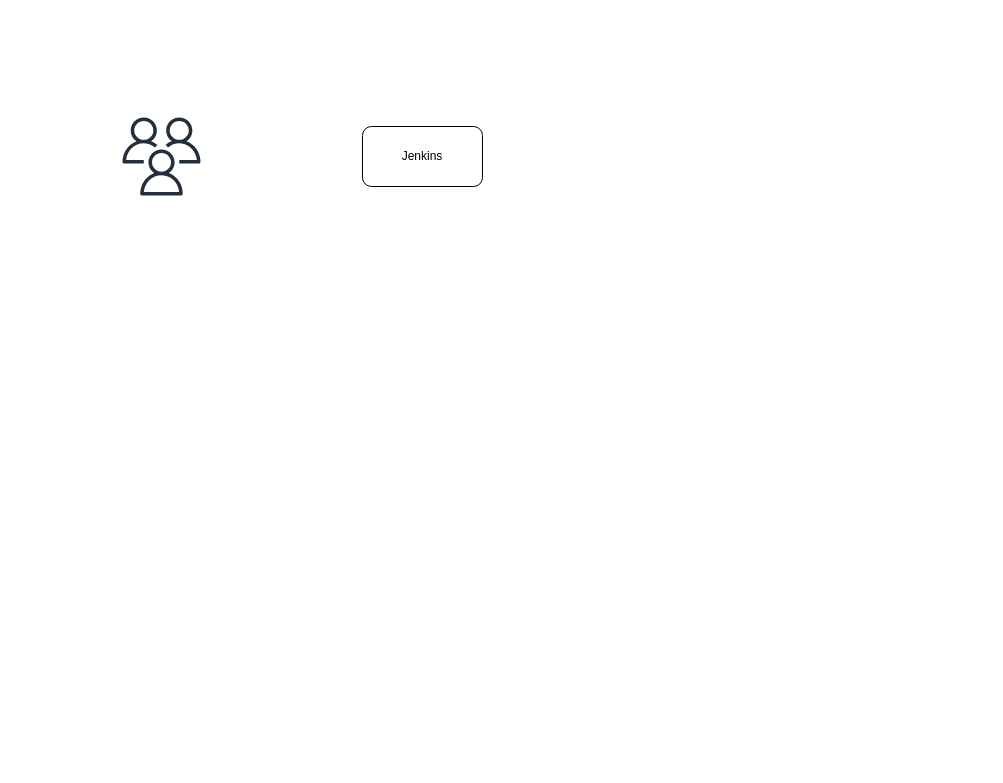
Before: publish-gov.drawio in bookchi/Linux, a draw.io diagram. Source tidied: cells renumbered, new cells numbered last; positions are measured from the earlier drawing's top-left corner, leaving out a move shared by most shapes. Both pictures are drawn from the tidied source at 100%, with x=0, y=0 at pixel (122, 117). Pictures stored in the file or linked from it are replaced by grey dashed boxes.
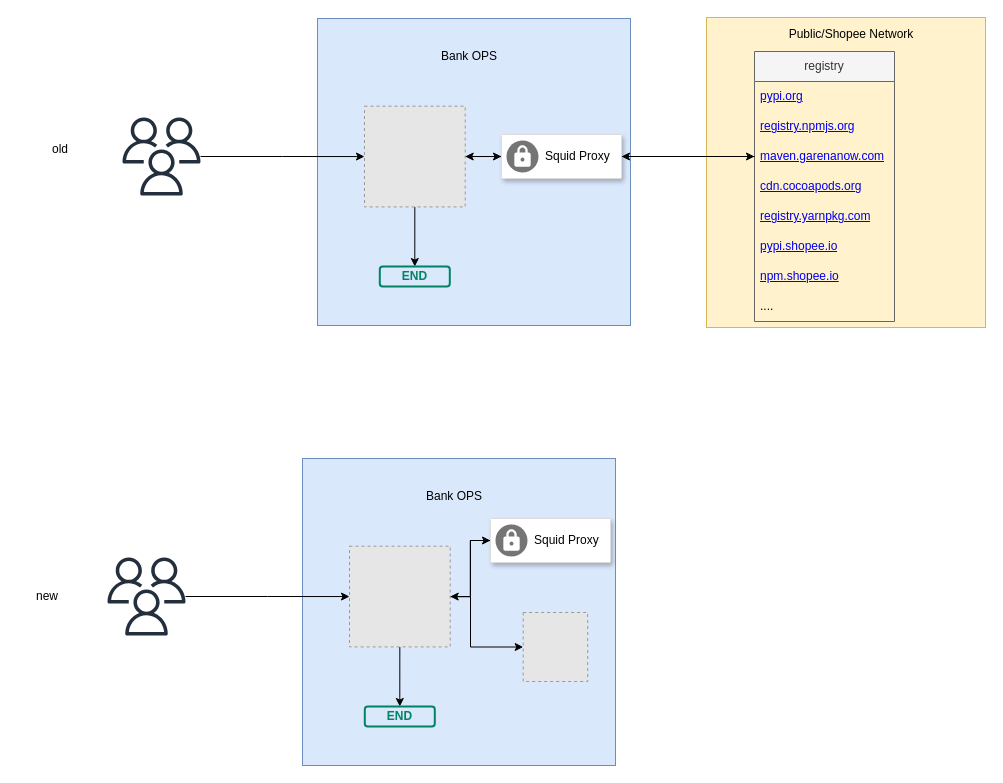
After the change.

The change refers to these unchanged cells:
```xml
<mxCell id="3" style="sketch=0;outlineConnect=0;fontColor=#232F3E;gradientColor=none;fillColor=#232F3D;strokeColor=none;dashed=0;verticalLabelPosition=bottom;verticalAlign=top;align=center;html=1;fontSize=12;fontStyle=0;shape=mxgraph.aws4.users;" parent="1" vertex="1">
  <mxGeometry width="78" height="78" as="geometry" />
</mxCell>
```

What changed in the source:
```diff
@@
-    <mxCell id="2" value="Jenkins" style="rounded=1;whiteSpace=wrap;html=1;" parent="1" vertex="1">
-      <mxGeometry x="240" y="9" width="120" height="60" as="geometry" />
-    </mxCell>
+    <mxCell id="4" style="rounded=0;whiteSpace=wrap;html=1;fillColor=#fff2cc;strokeColor=#d6b656;" parent="1" vertex="1">
+      <mxGeometry x="584" y="-100" width="279" height="310" as="geometry" />
+    </mxCell>
+    <mxCell id="5" style="rounded=0;whiteSpace=wrap;html=1;fillColor=#dae8fc;strokeColor=#6c8ebf;" parent="1" vertex="1">
+      <mxGeometry x="195" y="-99" width="313" height="307" as="geometry" />
+    </mxCell>
@@
+    <mxCell id="6" style="edgeStyle=orthogonalEdgeStyle;rounded=0;jettySize=auto;html=1;entryX=0;entryY=0.5;entryDx=0;entryDy=0;fontFamily=Helvetica;fontSize=12;fontColor=default;" parent="1" edge="1" source="8" target="16">
+      <mxGeometry relative="1" as="geometry" />
+    </mxCell>
+    <mxCell id="7" style="edgeStyle=none;rounded=0;jettySize=auto;html=1;fontFamily=Helvetica;fontSize=12;fontColor=default;" parent="1" edge="1" source="8" target="12">
+      <mxGeometry relative="1" as="geometry" />
+    </mxCell>
+    <mxCell id="8" style="strokeColor=#dddddd;shadow=1;strokeWidth=1;rounded=1;absoluteArcSize=1;arcSize=2;" parent="1" vertex="1">
+      <mxGeometry x="379" y="17" width="120" height="44" as="geometry" />
+    </mxCell>
+    <mxCell id="9" value="Squid Proxy" style="sketch=0;dashed=0;html=1;fillColor=#757575;strokeColor=none;shape=mxgraph.gcp2.squid_proxy;labelPosition=right;verticalLabelPosition=middle;align=left;verticalAlign=middle;spacingLeft=5;fontSize=12;" parent="8" vertex="1">
+      <mxGeometry y="0.5" width="32" height="32" relative="1" as="geometry">
+        <mxPoint x="5" y="-16" as="offset" />
+      </mxGeometry>
+    </mxCell>
+    <mxCell id="10" style="rounded=0;jettySize=auto;html=1;entryX=0;entryY=0.5;entryDx=0;entryDy=0;fontFamily=Helvetica;fontSize=12;fontColor=default;" parent="1" edge="1" source="12" target="8">
+      <mxGeometry relative="1" as="geometry" />
+    </mxCell>
+    <mxCell id="11" style="edgeStyle=none;rounded=0;jettySize=auto;html=1;fontFamily=Helvetica;fontSize=12;fontColor=default;" parent="1" edge="1" source="12" target="26">
+      <mxGeometry relative="1" as="geometry" />
+    </mxCell>
+    <mxCell id="12" style="fillColor=#E6E6E6;strokeColor=#999999;dashed=1;verticalLabelPosition=bottom;labelBackgroundColor=default;verticalAlign=top;" parent="1" vertex="1">
+      <mxGeometry x="242" y="-11.3" width="100.7" height="100.7" as="geometry" />
+    </mxCell>
+    <mxCell id="13" value="registry" style="swimlane;fontStyle=0;horizontal=1;startSize=30;whiteSpace=wrap;html=1;fillColor=#f5f5f5;fontColor=#333333;strokeColor=#666666;" parent="1" vertex="1">
+      <mxGeometry x="632" y="-66" width="140" height="270" as="geometry" />
+    </mxCell>
+    <mxCell id="14" value="&lt;a href=&quot;http://pypi.org&quot; class=&quot;in-cell-link&quot;&gt;pypi.org&lt;/a&gt;" style="text;strokeColor=none;fillColor=none;align=left;verticalAlign=middle;spacingLeft=4;spacingRight=4;overflow=hidden;whiteSpace=wrap;html=1;" parent="13" vertex="1">
+      <mxGeometry y="30" width="140" height="30" as="geometry" />
+    </mxCell>
+    <mxCell id="15" value="&lt;a href=&quot;http://registry.npmjs.org&quot; class=&quot;in-cell-link&quot;&gt;registry.npmjs.org&lt;/a&gt;" style="text;strokeColor=none;fillColor=none;align=left;verticalAlign=middle;spacingLeft=4;spacingRight=4;overflow=hidden;whiteSpace=wrap;html=1;" parent="13" vertex="1">
+      <mxGeometry y="60" width="140" height="30" as="geometry" />
+    </mxCell>
+    <mxCell id="16" value="&lt;a href=&quot;http://maven.garenanow.com&quot; class=&quot;in-cell-link&quot;&gt;maven.garenanow.com&lt;/a&gt;" style="text;strokeColor=none;fillColor=none;align=left;verticalAlign=middle;spacingLeft=4;spacingRight=4;overflow=hidden;points=[[0,0.5],[1,0.5]];portConstraint=eastwest;whiteSpace=wrap;html=1;" parent="13" vertex="1">
+      <mxGeometry y="90" width="140" height="30" as="geometry" />
+    </mxCell>
+    <mxCell id="17" value="&lt;a href=&quot;http://cdn.cocoapods.org&quot; class=&quot;in-cell-link&quot;&gt;cdn.cocoapods.org&lt;/a&gt;" style="text;strokeColor=none;fillColor=none;align=left;verticalAlign=middle;spacingLeft=4;spacingRight=4;overflow=hidden;whiteSpace=wrap;html=1;" parent="13" vertex="1">
+      <mxGeometry y="120" width="140" height="30" as="geometry" />
+    </mxCell>
+    <mxCell id="18" value="&lt;a href=&quot;http://registry.yarnpkg.com&quot; class=&quot;in-cell-link&quot;&gt;registry.yarnpkg.com&lt;/a&gt;" style="text;strokeColor=none;fillColor=none;align=left;verticalAlign=middle;spacingLeft=4;spacingRight=4;overflow=hidden;whiteSpace=wrap;html=1;" parent="13" vertex="1">
+      <mxGeometry y="150" width="140" height="30" as="geometry" />
+    </mxCell>
+    <mxCell id="19" value="&lt;a href=&quot;http://pypi.shopee.io&quot; class=&quot;in-cell-link&quot;&gt;pypi.shopee.io&lt;/a&gt;" style="text;strokeColor=none;fillColor=none;align=left;verticalAlign=middle;spacingLeft=4;spacingRight=4;overflow=hidden;whiteSpace=wrap;html=1;" parent="13" vertex="1">
+      <mxGeometry y="180" width="140" height="30" as="geometry" />
+    </mxCell>
+    <mxCell id="20" value="&lt;a href=&quot;http://npm.shopee.io&quot; class=&quot;in-cell-link&quot;&gt;npm.shopee.io&lt;/a&gt;" style="text;strokeColor=none;fillColor=none;align=left;verticalAlign=middle;spacingLeft=4;spacingRight=4;overflow=hidden;whiteSpace=wrap;html=1;" parent="13" vertex="1">
+      <mxGeometry y="210" width="140" height="30" as="geometry" />
+    </mxCell>
+    <mxCell id="21" value="...." style="text;strokeColor=none;fillColor=none;align=left;verticalAlign=middle;spacingLeft=4;spacingRight=4;overflow=hidden;whiteSpace=wrap;html=1;" parent="13" vertex="1">
+      <mxGeometry y="240" width="140" height="30" as="geometry" />
+    </mxCell>
+    <mxCell id="22" value="Bank OPS" style="text;html=1;align=center;verticalAlign=middle;whiteSpace=wrap;rounded=0;" parent="1" vertex="1">
+      <mxGeometry x="317" y="-76" width="60" height="30" as="geometry" />
+    </mxCell>
+    <mxCell id="23" value="Public/Shopee Network" style="text;html=1;align=center;verticalAlign=middle;whiteSpace=wrap;rounded=0;" parent="1" vertex="1">
+      <mxGeometry x="651" y="-96" width="156" height="25" as="geometry" />
+    </mxCell>
+    <mxCell id="24" style="edgeStyle=orthogonalEdgeStyle;rounded=0;jettySize=auto;html=1;entryX=0;entryY=0.5;entryDx=0;entryDy=0;fontFamily=Helvetica;fontSize=12;fontColor=default;" parent="1" edge="1" source="3" target="12">
+      <mxGeometry relative="1" as="geometry" />
+    </mxCell>
+    <mxCell id="25" style="edgeStyle=none;rounded=0;jettySize=auto;html=1;entryX=1;entryY=0.5;entryDx=0;entryDy=0;fontFamily=Helvetica;fontSize=12;fontColor=default;" parent="1" edge="1" source="16" target="8">
+      <mxGeometry relative="1" as="geometry" />
+    </mxCell>
+    <mxCell id="26" value="END" style="dashed=0;html=1;rounded=1;strokeColor=#008364;fontSize=12;align=center;fontStyle=1;strokeWidth=2;fontColor=#008364;verticalAlign=middle;fontFamily=Helvetica;fillColor=#dae8fc;" parent="1" vertex="1">
+      <mxGeometry x="257.3" y="149" width="70" height="20" as="geometry" />
+    </mxCell>
+    <mxCell id="27" style="rounded=0;whiteSpace=wrap;html=1;fillColor=#dae8fc;strokeColor=#6c8ebf;" parent="1" vertex="1">
+      <mxGeometry x="180" y="341" width="313" height="307" as="geometry" />
+    </mxCell>
+    <mxCell id="28" style="sketch=0;outlineConnect=0;fontColor=#232F3E;gradientColor=none;fillColor=#232F3D;strokeColor=none;dashed=0;verticalLabelPosition=bottom;verticalAlign=top;align=center;html=1;fontSize=12;fontStyle=0;shape=mxgraph.aws4.users;" parent="1" vertex="1">
+      <mxGeometry x="-15" y="440" width="78" height="78" as="geometry" />
+    </mxCell>
+    <mxCell id="29" style="edgeStyle=orthogonalEdgeStyle;rounded=0;jettySize=auto;html=1;entryX=1;entryY=0.5;entryDx=0;entryDy=0;fontFamily=Helvetica;fontSize=12;fontColor=default;" parent="1" edge="1" source="30" target="35">
+      <mxGeometry relative="1" as="geometry" />
+    </mxCell>
+    <mxCell id="30" style="strokeColor=#dddddd;shadow=1;strokeWidth=1;rounded=1;absoluteArcSize=1;arcSize=2;" parent="1" vertex="1">
+      <mxGeometry x="368" y="401" width="120" height="44" as="geometry" />
+    </mxCell>
+    <mxCell id="31" value="Squid Proxy" style="sketch=0;dashed=0;html=1;fillColor=#757575;strokeColor=none;shape=mxgraph.gcp2.squid_proxy;labelPosition=right;verticalLabelPosition=middle;align=left;verticalAlign=middle;spacingLeft=5;fontSize=12;" parent="30" vertex="1">
+      <mxGeometry y="0.5" width="32" height="32" relative="1" as="geometry">
+        <mxPoint x="5" y="-16" as="offset" />
+      </mxGeometry>
+    </mxCell>
+    <mxCell id="32" style="edgeStyle=none;rounded=0;jettySize=auto;html=1;fontFamily=Helvetica;fontSize=12;fontColor=default;" parent="1" edge="1" source="35" target="38">
+      <mxGeometry relative="1" as="geometry" />
+    </mxCell>
+    <mxCell id="33" style="edgeStyle=orthogonalEdgeStyle;rounded=0;jettySize=auto;html=1;entryX=0;entryY=0.5;entryDx=0;entryDy=0;fontFamily=Helvetica;fontSize=12;fontColor=default;" parent="1" edge="1" source="35" target="30">
+      <mxGeometry relative="1" as="geometry" />
+    </mxCell>
+    <mxCell id="34" style="edgeStyle=orthogonalEdgeStyle;rounded=0;jettySize=auto;html=1;entryX=0;entryY=0.5;entryDx=0;entryDy=0;fontFamily=Helvetica;fontSize=12;fontColor=default;" parent="1" edge="1" source="35" target="39">
+      <mxGeometry relative="1" as="geometry">
+        <Array as="points">
+          <mxPoint x="348" y="479" />
+          <mxPoint x="348" y="530" />
+        </Array>
+      </mxGeometry>
+    </mxCell>
+    <mxCell id="35" style="fillColor=#E6E6E6;strokeColor=#999999;dashed=1;verticalLabelPosition=bottom;labelBackgroundColor=default;verticalAlign=top;" parent="1" vertex="1">
+      <mxGeometry x="227" y="428.7" width="100.7" height="100.7" as="geometry" />
+    </mxCell>
+    <mxCell id="36" value="Bank OPS" style="text;html=1;align=center;verticalAlign=middle;whiteSpace=wrap;rounded=0;" parent="1" vertex="1">
+      <mxGeometry x="302" y="364" width="60" height="30" as="geometry" />
+    </mxCell>
+    <mxCell id="37" style="edgeStyle=orthogonalEdgeStyle;rounded=0;jettySize=auto;html=1;entryX=0;entryY=0.5;entryDx=0;entryDy=0;fontFamily=Helvetica;fontSize=12;fontColor=default;" parent="1" edge="1" source="28" target="35">
+      <mxGeometry relative="1" as="geometry" />
+    </mxCell>
+    <mxCell id="38" value="END" style="dashed=0;html=1;rounded=1;strokeColor=#008364;fontSize=12;align=center;fontStyle=1;strokeWidth=2;fontColor=#008364;verticalAlign=middle;fontFamily=Helvetica;fillColor=#dae8fc;" parent="1" vertex="1">
+      <mxGeometry x="242.3" y="589" width="70" height="20" as="geometry" />
+    </mxCell>
+    <mxCell id="39" style="fillColor=#E6E6E6;strokeColor=#999999;dashed=1;verticalLabelPosition=bottom;labelBackgroundColor=default;verticalAlign=top;" parent="1" vertex="1">
+      <mxGeometry x="400.7" y="495" width="64.5" height="69" as="geometry" />
+    </mxCell>
+    <mxCell id="40" value="old" style="text;html=1;align=center;verticalAlign=middle;whiteSpace=wrap;rounded=0;fontFamily=Helvetica;fontSize=12;fontColor=default;" parent="1" vertex="1">
+      <mxGeometry x="-92" y="17" width="60" height="30" as="geometry" />
+    </mxCell>
+    <mxCell id="41" value="new" style="text;html=1;align=center;verticalAlign=middle;whiteSpace=wrap;rounded=0;fontFamily=Helvetica;fontSize=12;fontColor=default;" parent="1" vertex="1">
+      <mxGeometry x="-105" y="464" width="60" height="30" as="geometry" />
+    </mxCell>
```
